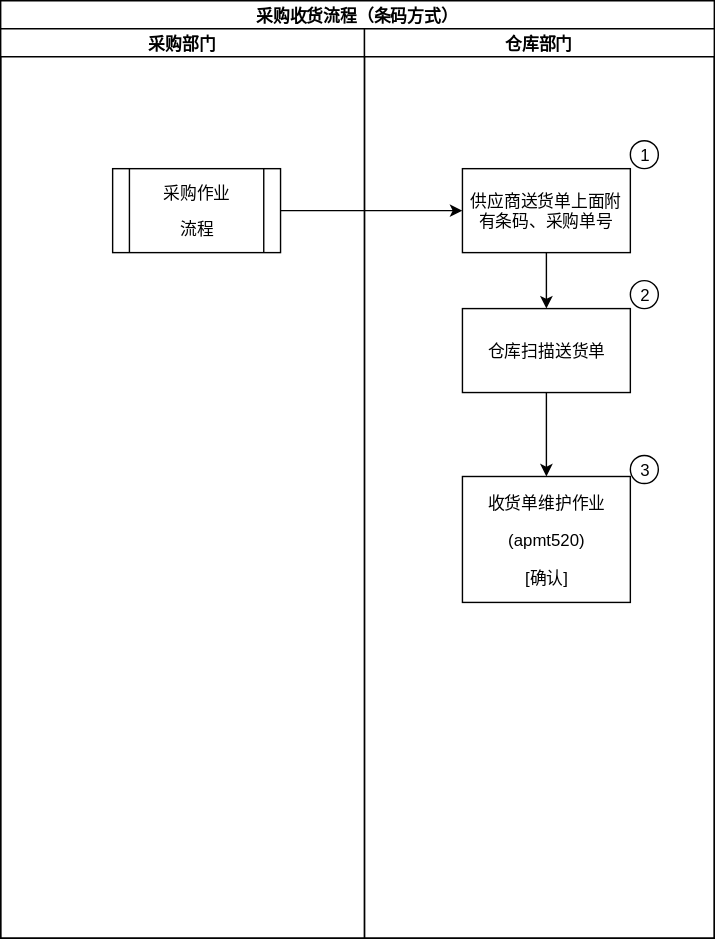
Before: ver01/APM011.svg, a diagram exported from draw.io (ft2017/sop). Source tidied: cells renumbered, new cells last; positions are measured from the earlier drawing's top-left corner, leaving out a move shared by most shapes.
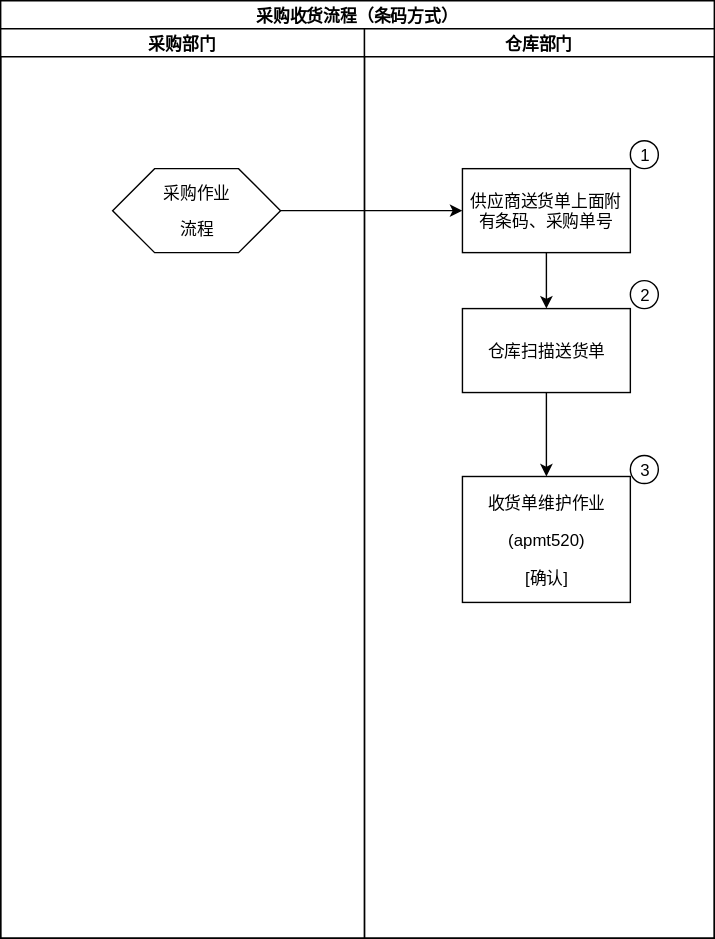
The same diagram one commit later.

Diff of the diagram source:
```diff
@@ -8,7 +8,7 @@
     <mxCell id="3" value="采购部门" style="swimlane;html=1;startSize=20;" parent="2" vertex="1">
       <mxGeometry y="20" width="260" height="650" as="geometry" />
     </mxCell>
-    <mxCell id="4" value="&lt;p align=&quot;center&quot;&gt;&lt;span&gt;采购作业&lt;/span&gt;&lt;/p&gt;&lt;p align=&quot;center&quot;&gt;&lt;span&gt;流程&lt;/span&gt;&lt;/p&gt;" style="shape=process;whiteSpace=wrap;html=1;align=center;" parent="3" vertex="1">
+    <mxCell id="4" value="&lt;p align=&quot;center&quot;&gt;采购作业&lt;/p&gt;&lt;p align=&quot;center&quot;&gt;流程&lt;/p&gt;" style="shape=hexagon;perimeter=hexagonPerimeter;whiteSpace=wrap;html=1;" parent="3" vertex="1">
       <mxGeometry x="80" y="100" width="120" height="60" as="geometry" />
     </mxCell>
     <mxCell id="5" value="仓库部门" style="swimlane;html=1;startSize=20;" parent="2" vertex="1">
@@ -41,8 +41,10 @@
     <mxCell id="14" style="edgeStyle=orthogonalEdgeStyle;rounded=0;html=1;exitX=1;exitY=1;entryX=1;entryY=1;jettySize=auto;orthogonalLoop=1;" parent="5" edge="1" source="13" target="13">
       <mxGeometry relative="1" as="geometry" />
     </mxCell>
-    <mxCell id="15" style="edgeStyle=orthogonalEdgeStyle;rounded=0;html=1;exitX=1;exitY=0.5;jettySize=auto;" parent="2" edge="1" source="4" target="7">
-      <mxGeometry relative="1" as="geometry" />
+    <mxCell id="15" style="edgeStyle=orthogonalEdgeStyle;rounded=0;html=1;exitX=1;exitY=0.5;jettySize=auto;" parent="2" edge="1" target="7">
+      <mxGeometry relative="1" as="geometry">
+        <mxPoint x="200" y="150" as="sourcePoint" />
+      </mxGeometry>
     </mxCell>
   </root>
 </mxGraphModel>
```
